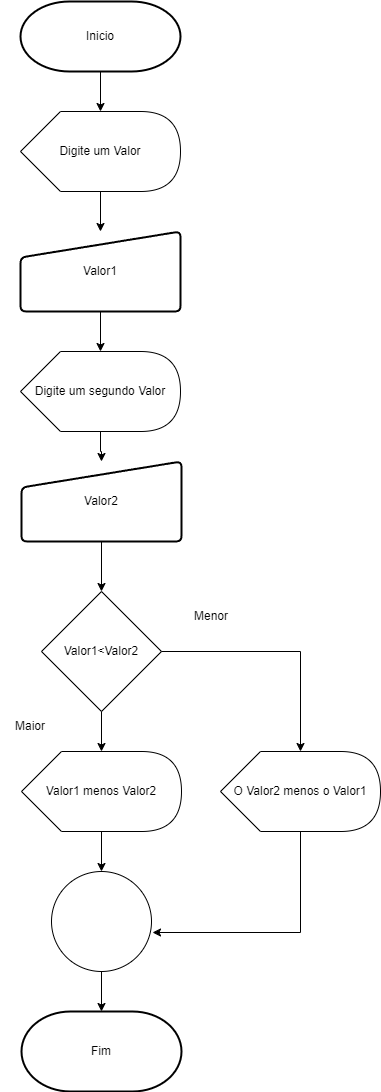
This is FluxogramaDoisValores.png from Joaogamevicio/Atividade02.05.2024, a draw.io export, as it was before one commit. Source tidied: cells renumbered, new cells last; positions are measured from the earlier drawing's top-left corner, leaving out a move shared by most shapes. Its diagram source:
```xml
<mxGraphModel>
  <root>
    <mxCell id="0" />
    <mxCell id="1" parent="0" />
    <mxCell id="2" value="Inicio" style="strokeWidth=2;html=1;shape=mxgraph.flowchart.terminator;whiteSpace=wrap;" parent="1" vertex="1">
      <mxGeometry x="20" width="160" height="70" as="geometry" />
    </mxCell>
    <mxCell id="3" value="Fim" style="strokeWidth=2;html=1;shape=mxgraph.flowchart.terminator;whiteSpace=wrap;" parent="1" vertex="1">
      <mxGeometry x="21" y="1010" width="160" height="80" as="geometry" />
    </mxCell>
    <mxCell id="4" style="edgeStyle=orthogonalEdgeStyle;rounded=0;jettySize=auto;html=1;exitX=0.5;exitY=1;exitDx=0;exitDy=0;" parent="1" edge="1" source="5" target="9">
      <mxGeometry relative="1" as="geometry" />
    </mxCell>
    <mxCell id="5" value="Valor1" style="html=1;strokeWidth=2;shape=manualInput;whiteSpace=wrap;rounded=1;size=26;arcSize=11;" parent="1" vertex="1">
      <mxGeometry x="20" y="230" width="160" height="80" as="geometry" />
    </mxCell>
    <mxCell id="6" style="edgeStyle=orthogonalEdgeStyle;rounded=0;jettySize=auto;html=1;exitX=0;exitY=0;exitDx=80;exitDy=80;exitPerimeter=0;" parent="1" edge="1" source="7" target="5">
      <mxGeometry relative="1" as="geometry" />
    </mxCell>
    <mxCell id="7" value="Digite um Valor" style="shape=display;whiteSpace=wrap;html=1;" parent="1" vertex="1">
      <mxGeometry x="20" y="110" width="160" height="80" as="geometry" />
    </mxCell>
    <mxCell id="8" style="edgeStyle=orthogonalEdgeStyle;rounded=0;jettySize=auto;html=1;exitX=0;exitY=0;exitDx=80;exitDy=80;exitPerimeter=0;" parent="1" edge="1" source="9" target="12">
      <mxGeometry relative="1" as="geometry" />
    </mxCell>
    <mxCell id="9" value="Digite um segundo Valor" style="shape=display;whiteSpace=wrap;html=1;" parent="1" vertex="1">
      <mxGeometry x="20" y="350" width="160" height="80" as="geometry" />
    </mxCell>
    <mxCell id="10" style="edgeStyle=orthogonalEdgeStyle;rounded=0;jettySize=auto;html=1;exitX=0.5;exitY=1;exitDx=0;exitDy=0;exitPerimeter=0;entryX=0;entryY=0;entryDx=80;entryDy=0;entryPerimeter=0;" parent="1" edge="1" source="2" target="7">
      <mxGeometry relative="1" as="geometry" />
    </mxCell>
    <mxCell id="11" style="edgeStyle=orthogonalEdgeStyle;rounded=0;jettySize=auto;html=1;exitX=0.5;exitY=1;exitDx=0;exitDy=0;" parent="1" edge="1" source="12" target="13">
      <mxGeometry relative="1" as="geometry" />
    </mxCell>
    <mxCell id="12" value="Valor2" style="html=1;strokeWidth=2;shape=manualInput;whiteSpace=wrap;rounded=1;size=26;arcSize=11;" parent="1" vertex="1">
      <mxGeometry x="21" y="460" width="160" height="80" as="geometry" />
    </mxCell>
    <mxCell id="13" value="Valor1&amp;lt;Valor2" style="rhombus;whiteSpace=wrap;html=1;" parent="1" vertex="1">
      <mxGeometry x="41" y="590" width="120" height="120" as="geometry" />
    </mxCell>
    <mxCell id="14" style="edgeStyle=orthogonalEdgeStyle;rounded=0;jettySize=auto;html=1;exitX=0;exitY=0;exitDx=80;exitDy=80;exitPerimeter=0;" parent="1" edge="1" source="15" target="21">
      <mxGeometry relative="1" as="geometry" />
    </mxCell>
    <mxCell id="15" value="Valor1 menos Valor2" style="shape=display;whiteSpace=wrap;html=1;" parent="1" vertex="1">
      <mxGeometry x="21" y="750" width="160" height="80" as="geometry" />
    </mxCell>
    <mxCell id="16" style="edgeStyle=orthogonalEdgeStyle;rounded=0;jettySize=auto;html=1;exitX=0.5;exitY=1;exitDx=0;exitDy=0;entryX=0;entryY=0;entryDx=80;entryDy=0;entryPerimeter=0;" parent="1" edge="1" source="13" target="15">
      <mxGeometry relative="1" as="geometry" />
    </mxCell>
    <mxCell id="17" value="O Valor2 menos o&amp;nbsp;&lt;span style=&quot;background-color: initial;&quot;&gt;Valor1&lt;/span&gt;" style="shape=display;whiteSpace=wrap;html=1;" parent="1" vertex="1">
      <mxGeometry x="220" y="750" width="160" height="80" as="geometry" />
    </mxCell>
    <mxCell id="18" style="edgeStyle=orthogonalEdgeStyle;rounded=0;jettySize=auto;html=1;exitX=1;exitY=0.5;exitDx=0;exitDy=0;entryX=0;entryY=0;entryDx=80;entryDy=0;entryPerimeter=0;" parent="1" edge="1" source="13" target="17">
      <mxGeometry relative="1" as="geometry" />
    </mxCell>
    <mxCell id="19" value="Maior" style="text;html=1;align=center;verticalAlign=middle;whiteSpace=wrap;rounded=0;" parent="1" vertex="1">
      <mxGeometry y="710" width="60" height="30" as="geometry" />
    </mxCell>
    <mxCell id="20" value="Menor" style="text;html=1;align=center;verticalAlign=middle;whiteSpace=wrap;rounded=0;" parent="1" vertex="1">
      <mxGeometry x="181" y="600" width="60" height="30" as="geometry" />
    </mxCell>
    <mxCell id="21" style="ellipse;whiteSpace=wrap;html=1;" parent="1" vertex="1">
      <mxGeometry x="51" y="870" width="100" height="100" as="geometry" />
    </mxCell>
    <mxCell id="22" style="edgeStyle=orthogonalEdgeStyle;rounded=0;jettySize=auto;html=1;exitX=0;exitY=0;exitDx=80;exitDy=80;exitPerimeter=0;entryX=1.01;entryY=0.61;entryDx=0;entryDy=0;entryPerimeter=0;" parent="1" edge="1" source="17" target="21">
      <mxGeometry relative="1" as="geometry" />
    </mxCell>
    <mxCell id="23" style="edgeStyle=orthogonalEdgeStyle;rounded=0;jettySize=auto;html=1;exitX=0.5;exitY=1;exitDx=0;exitDy=0;entryX=0.5;entryY=0;entryDx=0;entryDy=0;entryPerimeter=0;" parent="1" edge="1" source="21" target="3">
      <mxGeometry relative="1" as="geometry" />
    </mxCell>
  </root>
</mxGraphModel>
```
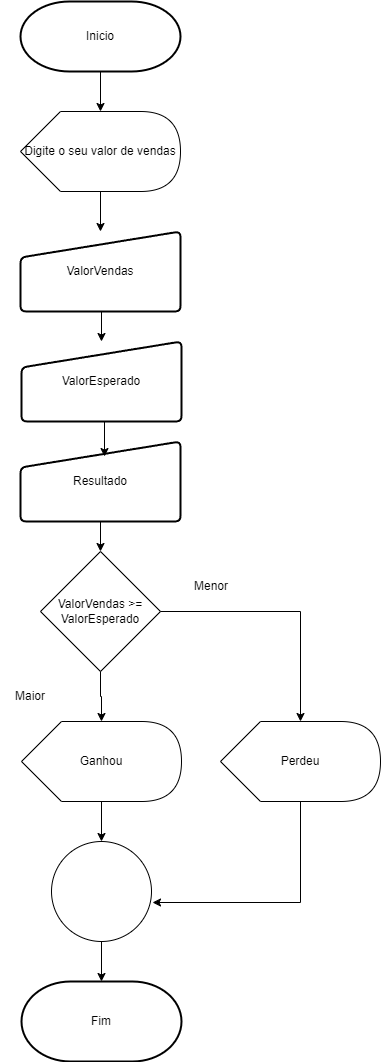
Later version of the same file.

Diff of the diagram source:
```diff
@@ -3,51 +3,47 @@
     <mxCell id="0" />
     <mxCell id="1" parent="0" />
     <mxCell id="2" value="Inicio" style="strokeWidth=2;html=1;shape=mxgraph.flowchart.terminator;whiteSpace=wrap;" parent="1" vertex="1">
-      <mxGeometry x="20" width="160" height="70" as="geometry" />
+      <mxGeometry x="20" y="30" width="160" height="70" as="geometry" />
     </mxCell>
     <mxCell id="3" value="Fim" style="strokeWidth=2;html=1;shape=mxgraph.flowchart.terminator;whiteSpace=wrap;" parent="1" vertex="1">
       <mxGeometry x="21" y="1010" width="160" height="80" as="geometry" />
     </mxCell>
-    <mxCell id="4" style="edgeStyle=orthogonalEdgeStyle;rounded=0;jettySize=auto;html=1;exitX=0.5;exitY=1;exitDx=0;exitDy=0;" parent="1" edge="1" source="5" target="9">
-      <mxGeometry relative="1" as="geometry" />
-    </mxCell>
-    <mxCell id="5" value="Valor1" style="html=1;strokeWidth=2;shape=manualInput;whiteSpace=wrap;rounded=1;size=26;arcSize=11;" parent="1" vertex="1">
-      <mxGeometry x="20" y="230" width="160" height="80" as="geometry" />
+    <mxCell id="5" value="ValorVendas" style="html=1;strokeWidth=2;shape=manualInput;whiteSpace=wrap;rounded=1;size=26;arcSize=11;" parent="1" vertex="1">
+      <mxGeometry x="20" y="260" width="160" height="80" as="geometry" />
     </mxCell>
     <mxCell id="6" style="edgeStyle=orthogonalEdgeStyle;rounded=0;jettySize=auto;html=1;exitX=0;exitY=0;exitDx=80;exitDy=80;exitPerimeter=0;" parent="1" edge="1" source="7" target="5">
       <mxGeometry relative="1" as="geometry" />
     </mxCell>
-    <mxCell id="7" value="Digite um Valor" style="shape=display;whiteSpace=wrap;html=1;" parent="1" vertex="1">
-      <mxGeometry x="20" y="110" width="160" height="80" as="geometry" />
+    <mxCell id="7" value="Digite o seu valor de vendas" style="shape=display;whiteSpace=wrap;html=1;" parent="1" vertex="1">
+      <mxGeometry x="20" y="140" width="160" height="80" as="geometry" />
     </mxCell>
-    <mxCell id="8" style="edgeStyle=orthogonalEdgeStyle;rounded=0;jettySize=auto;html=1;exitX=0;exitY=0;exitDx=80;exitDy=80;exitPerimeter=0;" parent="1" edge="1" source="9" target="12">
-      <mxGeometry relative="1" as="geometry" />
+    <mxCell id="8" style="edgeStyle=orthogonalEdgeStyle;rounded=0;jettySize=auto;html=1;exitX=0;exitY=0;exitDx=80;exitDy=80;exitPerimeter=0;" parent="1" edge="1" target="12">
+      <mxGeometry relative="1" as="geometry">
+        <mxPoint x="100" y="340" as="sourcePoint" />
+        <Array as="points">
+          <mxPoint x="101" y="340" />
+        </Array>
+      </mxGeometry>
     </mxCell>
-    <mxCell id="9" value="Digite um segundo Valor" style="shape=display;whiteSpace=wrap;html=1;" parent="1" vertex="1">
-      <mxGeometry x="20" y="350" width="160" height="80" as="geometry" />
-    </mxCell>
     <mxCell id="10" style="edgeStyle=orthogonalEdgeStyle;rounded=0;jettySize=auto;html=1;exitX=0.5;exitY=1;exitDx=0;exitDy=0;exitPerimeter=0;entryX=0;entryY=0;entryDx=80;entryDy=0;entryPerimeter=0;" parent="1" edge="1" source="2" target="7">
       <mxGeometry relative="1" as="geometry" />
     </mxCell>
-    <mxCell id="11" style="edgeStyle=orthogonalEdgeStyle;rounded=0;jettySize=auto;html=1;exitX=0.5;exitY=1;exitDx=0;exitDy=0;" parent="1" edge="1" source="12" target="13">
-      <mxGeometry relative="1" as="geometry" />
-    </mxCell>
-    <mxCell id="12" value="Valor2" style="html=1;strokeWidth=2;shape=manualInput;whiteSpace=wrap;rounded=1;size=26;arcSize=11;" parent="1" vertex="1">
-      <mxGeometry x="21" y="460" width="160" height="80" as="geometry" />
+    <mxCell id="12" value="ValorEsperado" style="html=1;strokeWidth=2;shape=manualInput;whiteSpace=wrap;rounded=1;size=26;arcSize=11;" parent="1" vertex="1">
+      <mxGeometry x="21" y="370" width="160" height="80" as="geometry" />
     </mxCell>
-    <mxCell id="13" value="Valor1&amp;lt;Valor2" style="rhombus;whiteSpace=wrap;html=1;" parent="1" vertex="1">
-      <mxGeometry x="41" y="590" width="120" height="120" as="geometry" />
+    <mxCell id="13" value="ValorVendas &amp;gt;= ValorEsperado" style="rhombus;whiteSpace=wrap;html=1;" parent="1" vertex="1">
+      <mxGeometry x="40" y="580" width="120" height="120" as="geometry" />
     </mxCell>
     <mxCell id="14" style="edgeStyle=orthogonalEdgeStyle;rounded=0;jettySize=auto;html=1;exitX=0;exitY=0;exitDx=80;exitDy=80;exitPerimeter=0;" parent="1" edge="1" source="15" target="21">
       <mxGeometry relative="1" as="geometry" />
     </mxCell>
-    <mxCell id="15" value="Valor1 menos Valor2" style="shape=display;whiteSpace=wrap;html=1;" parent="1" vertex="1">
+    <mxCell id="15" value="Ganhou" style="shape=display;whiteSpace=wrap;html=1;" parent="1" vertex="1">
       <mxGeometry x="21" y="750" width="160" height="80" as="geometry" />
     </mxCell>
     <mxCell id="16" style="edgeStyle=orthogonalEdgeStyle;rounded=0;jettySize=auto;html=1;exitX=0.5;exitY=1;exitDx=0;exitDy=0;entryX=0;entryY=0;entryDx=80;entryDy=0;entryPerimeter=0;" parent="1" edge="1" source="13" target="15">
       <mxGeometry relative="1" as="geometry" />
     </mxCell>
-    <mxCell id="17" value="O Valor2 menos o&amp;nbsp;&lt;span style=&quot;background-color: initial;&quot;&gt;Valor1&lt;/span&gt;" style="shape=display;whiteSpace=wrap;html=1;" parent="1" vertex="1">
+    <mxCell id="17" value="Perdeu" style="shape=display;whiteSpace=wrap;html=1;" parent="1" vertex="1">
       <mxGeometry x="220" y="750" width="160" height="80" as="geometry" />
     </mxCell>
     <mxCell id="18" style="edgeStyle=orthogonalEdgeStyle;rounded=0;jettySize=auto;html=1;exitX=1;exitY=0.5;exitDx=0;exitDy=0;entryX=0;entryY=0;entryDx=80;entryDy=0;entryPerimeter=0;" parent="1" edge="1" source="13" target="17">
@@ -68,5 +64,14 @@
     <mxCell id="23" style="edgeStyle=orthogonalEdgeStyle;rounded=0;jettySize=auto;html=1;exitX=0.5;exitY=1;exitDx=0;exitDy=0;entryX=0.5;entryY=0;entryDx=0;entryDy=0;entryPerimeter=0;" parent="1" edge="1" source="21" target="3">
       <mxGeometry relative="1" as="geometry" />
     </mxCell>
+    <mxCell id="24" style="edgeStyle=orthogonalEdgeStyle;rounded=0;jettySize=auto;html=1;exitX=0.5;exitY=1;exitDx=0;exitDy=0;" parent="1" edge="1" source="25" target="13">
+      <mxGeometry relative="1" as="geometry" />
+    </mxCell>
+    <mxCell id="25" value="Resultado" style="html=1;strokeWidth=2;shape=manualInput;whiteSpace=wrap;rounded=1;size=26;arcSize=11;" parent="1" vertex="1">
+      <mxGeometry x="20" y="470" width="160" height="80" as="geometry" />
+    </mxCell>
+    <mxCell id="26" style="edgeStyle=orthogonalEdgeStyle;rounded=0;jettySize=auto;html=1;exitX=0.5;exitY=1;exitDx=0;exitDy=0;entryX=0.525;entryY=0.188;entryDx=0;entryDy=0;entryPerimeter=0;" parent="1" edge="1" source="12" target="25">
+      <mxGeometry relative="1" as="geometry" />
+    </mxCell>
   </root>
 </mxGraphModel>
```
